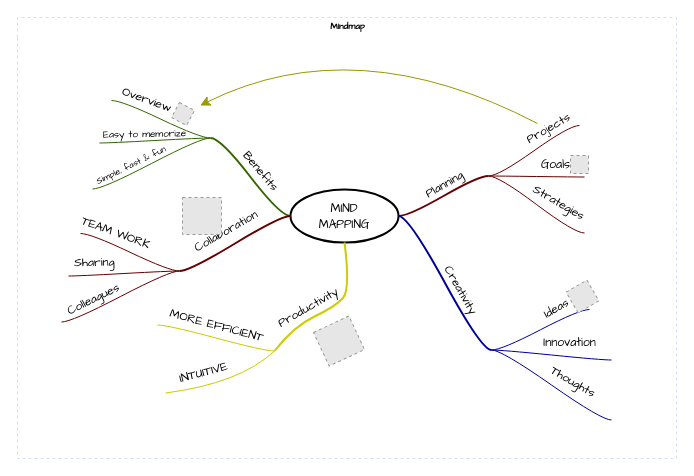
Earlier version of the draw.io diagram assets/未命名绘图.drawio (chehualiu/web_tool). Source tidied: cells renumbered, new cells numbered last; positions are measured from the earlier drawing's top-left corner, leaving out a move shared by most shapes. Both pictures are drawn from the tidied source at 100%, with x=0, y=0 at pixel (17, 17). Pictures stored in the file or linked from it are replaced by grey dashed boxes.
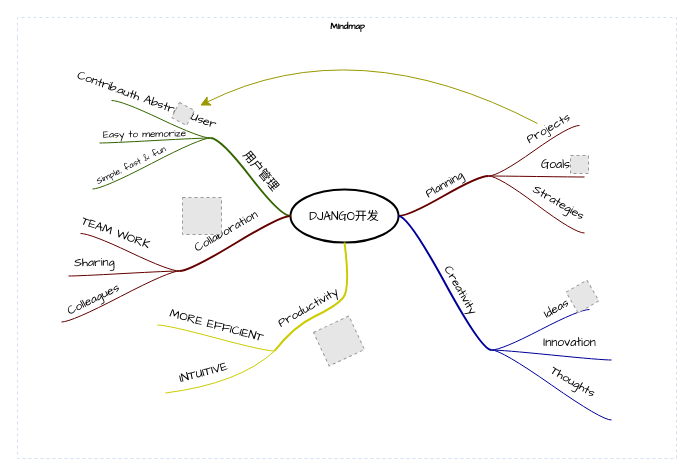
After the change.

The change refers to these unchanged cells:
```xml
<mxCell id="2" value="Mindmap" style="swimlane;html=1;startSize=20;horizontal=1;containerType=tree;labelBackgroundColor=none;strokeColor=#D4E1F5;strokeWidth=1;fillColor=none;fontFamily=Comic Sans MS;fontSize=9;swimlaneLine=0;dashed=1;" parent="1" vertex="1">
  <mxGeometry width="659" height="441" as="geometry" />
</mxCell>
<mxCell id="33" style="edgeStyle=entityRelationEdgeStyle;startArrow=none;endArrow=none;segment=10;curved=1;strokeWidth=2;strokeColor=#336600;rounded=0;fontSize=12;startSize=8;endSize=8;" parent="2" edge="1" source="3" target="32">
  <mxGeometry relative="1" as="geometry" />
</mxCell>
<mxCell id="42" style="edgeStyle=entityRelationEdgeStyle;startArrow=none;endArrow=none;segment=10;curved=1;strokeColor=#336600;rounded=0;fontSize=12;startSize=8;endSize=8;" parent="2" edge="1" source="32" target="41">
  <mxGeometry relative="1" as="geometry" />
</mxCell>
```

Change to the diagram source:
```diff
@@
-    <mxCell id="3" value="&lt;font face=&quot;Comic Sans MS&quot;&gt;MIND&lt;br&gt;MAPPING&lt;/font&gt;" style="ellipse;whiteSpace=wrap;html=1;align=center;strokeWidth=2;" parent="2" vertex="1">
+    <mxCell id="3" value="&lt;font face=&quot;Comic Sans MS&quot;&gt;DJANGO开发&lt;/font&gt;" style="ellipse;whiteSpace=wrap;html=1;align=center;strokeWidth=2;" parent="2" vertex="1">
       <mxGeometry x="273" y="172" width="108" height="53" as="geometry" />
     </mxCell>
@@
-    <mxCell id="34" value="Benefits" style="text;html=1;align=center;verticalAlign=middle;labelBackgroundColor=none;rotation=50;fontFamily=Comic Sans MS;" parent="33" vertex="1">
+    <mxCell id="34" value="用户管理" style="text;html=1;align=center;verticalAlign=middle;labelBackgroundColor=none;rotation=50;fontFamily=Comic Sans MS;" parent="33" vertex="1">
       <mxGeometry x="0.02" y="2" relative="1" as="geometry">
         <mxPoint x="12" y="-7" as="offset" />
       </mxGeometry>
     </mxCell>
@@
-    <mxCell id="43" value="Overview" style="text;html=1;align=center;verticalAlign=middle;labelBackgroundColor=none;fontFamily=Comic Sans MS;rotation=20;" parent="42" vertex="1">
+    <mxCell id="43" value="Contrib.auth AbstractUser" style="text;html=1;align=center;verticalAlign=middle;labelBackgroundColor=none;fontFamily=Comic Sans MS;rotation=20;" parent="42" vertex="1">
       <mxGeometry x="0.26" relative="1" as="geometry">
         <mxPoint x="-2" y="-13" as="offset" />
       </mxGeometry>
     </mxCell>
```
